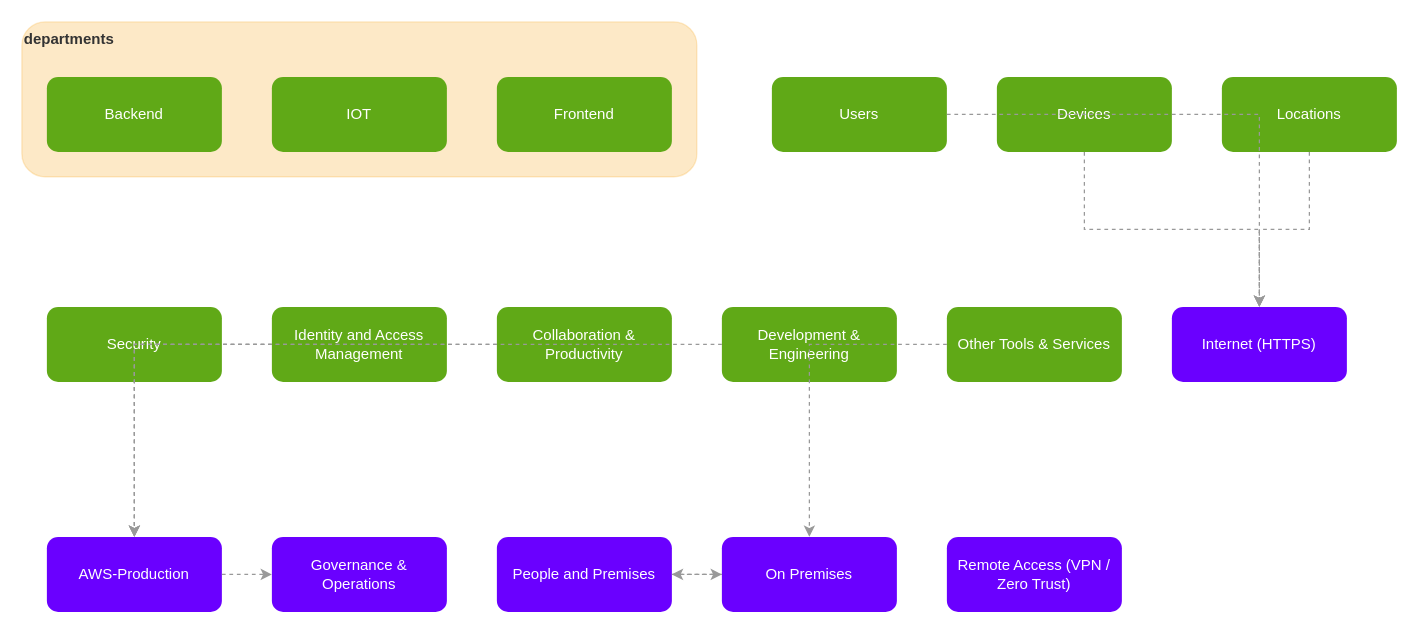
honerl/company-architecture keeps this draw.io diagram as page "NTV360" (1 of 14) of architecture.drawio. Above is the earlier version. Source tidied: cells renumbered, new cells numbered last; positions are measured from the earlier drawing's top-left corner, leaving out a move shared by most shapes. Both pictures are drawn from the tidied source at 125%, with x=0, y=0 at pixel (21, 21).
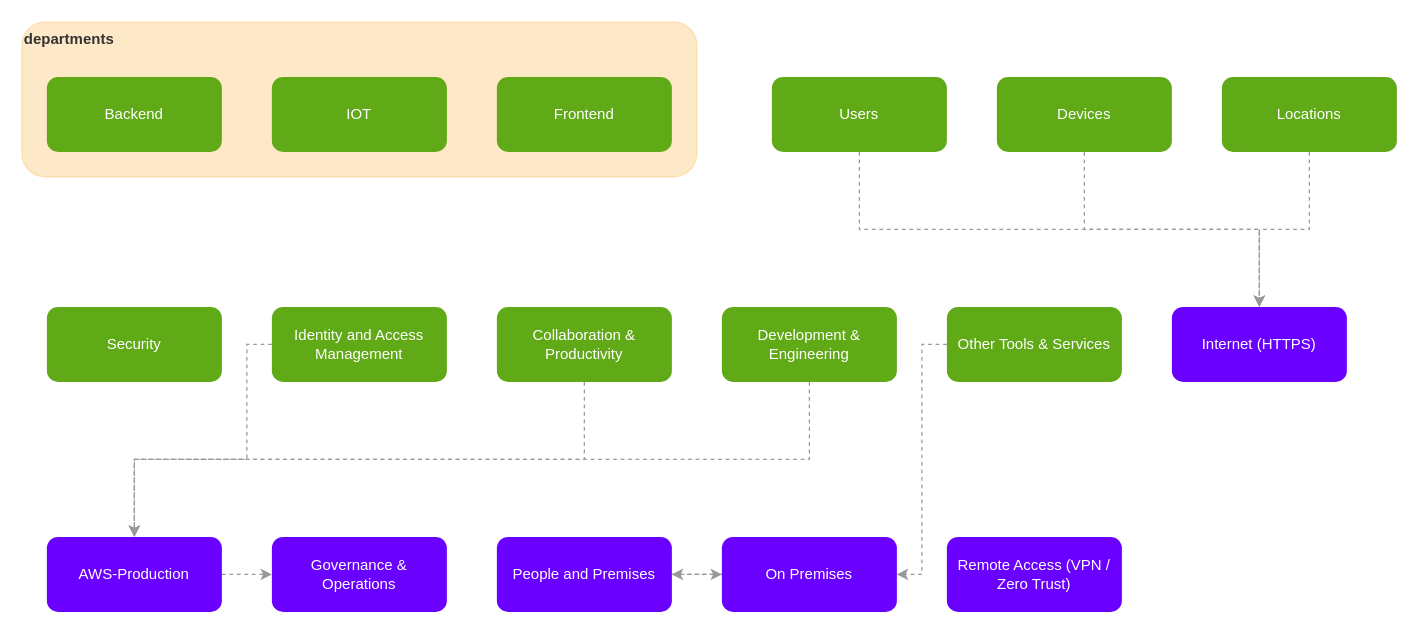
After the change.

The change refers to these unchanged cells:
```xml
<mxCell id="3" value="Users" style="rounded=1;whiteSpace=wrap;html=1;fillColor=#60a917;fontColor=#ffffff;strokeColor=none;" parent="1" vertex="1">
  <mxGeometry x="600" y="44" width="140" height="60" as="geometry" />
</mxCell>
<mxCell id="7" value="Identity and Access Management" style="rounded=1;whiteSpace=wrap;html=1;fillColor=#60a917;fontColor=#ffffff;strokeColor=none;" parent="1" vertex="1">
  <mxGeometry x="200" y="228" width="140" height="60" as="geometry" />
</mxCell>
<mxCell id="8" value="Collaboration &amp; Productivity" style="rounded=1;whiteSpace=wrap;html=1;fillColor=#60a917;fontColor=#ffffff;strokeColor=none;" parent="1" vertex="1">
  <mxGeometry x="380" y="228" width="140" height="60" as="geometry" />
</mxCell>
<mxCell id="9" value="Development &amp; Engineering" style="rounded=1;whiteSpace=wrap;html=1;fillColor=#60a917;fontColor=#ffffff;strokeColor=none;" parent="1" vertex="1">
  <mxGeometry x="560" y="228" width="140" height="60" as="geometry" />
</mxCell>
<mxCell id="10" value="Other Tools &amp; Services" style="rounded=1;whiteSpace=wrap;html=1;fillColor=#60a917;fontColor=#ffffff;strokeColor=none;" parent="1" vertex="1">
  <mxGeometry x="740" y="228" width="140" height="60" as="geometry" />
</mxCell>
<mxCell id="11" value="Internet (HTTPS)" style="rounded=1;whiteSpace=wrap;html=1;fillColor=#6a00ff;fontColor=#ffffff;strokeColor=none;" parent="1" vertex="1">
  <mxGeometry x="920" y="228" width="140" height="60" as="geometry" />
</mxCell>
<mxCell id="12" value="AWS-Production" style="rounded=1;whiteSpace=wrap;html=1;fillColor=#6a00ff;fontColor=#ffffff;strokeColor=none;" parent="1" vertex="1">
  <mxGeometry x="20" y="412" width="140" height="60" as="geometry" />
</mxCell>
<mxCell id="15" value="On Premises" style="rounded=1;whiteSpace=wrap;html=1;fillColor=#6a00ff;fontColor=#ffffff;strokeColor=none;" parent="1" vertex="1">
  <mxGeometry x="560" y="412" width="140" height="60" as="geometry" />
</mxCell>
```

The edit, as a diff of the source:
```diff
@@
-    <mxCell id="20" style="edgeStyle=orthogonalEdgeStyle;rounded=0;html=1;dashed=1;strokeColor=#999999;" parent="1" edge="1" source="3" target="11">
-      <mxGeometry relative="1" as="geometry" />
+    <mxCell id="20" style="edgeStyle=orthogonalEdgeStyle;rounded=0;html=1;dashed=1;strokeColor=#999999;libavoidRouting=1;" parent="1" edge="1" source="3" target="11">
+      <mxGeometry relative="1" as="geometry">
+        <Array as="points">
+          <mxPoint x="670" y="166" />
+          <mxPoint x="990" y="166" />
+        </Array>
+      </mxGeometry>
     </mxCell>
@@
     <mxCell id="23" style="edgeStyle=orthogonalEdgeStyle;rounded=0;html=1;dashed=1;strokeColor=#999999;" parent="1" edge="1" source="7" target="12">
-      <mxGeometry relative="1" as="geometry" />
+      <mxGeometry relative="1" as="geometry">
+        <Array as="points">
+          <mxPoint x="180" y="258" />
+          <mxPoint x="180" y="350" />
+          <mxPoint x="90" y="350" />
+        </Array>
+      </mxGeometry>
     </mxCell>
-    <mxCell id="24" style="edgeStyle=orthogonalEdgeStyle;rounded=0;html=1;dashed=1;strokeColor=#999999;" parent="1" edge="1" source="8" target="12">
-      <mxGeometry relative="1" as="geometry" />
+    <mxCell id="24" style="edgeStyle=orthogonalEdgeStyle;rounded=0;html=1;dashed=1;strokeColor=#999999;libavoidRouting=1;" parent="1" edge="1" source="8" target="12">
+      <mxGeometry relative="1" as="geometry">
+        <Array as="points">
+          <mxPoint x="450" y="350" />
+          <mxPoint x="90" y="350" />
+        </Array>
+      </mxGeometry>
     </mxCell>
-    <mxCell id="25" style="edgeStyle=orthogonalEdgeStyle;rounded=0;html=1;dashed=1;strokeColor=#999999;" parent="1" edge="1" source="9" target="12">
-      <mxGeometry relative="1" as="geometry" />
+    <mxCell id="25" style="edgeStyle=orthogonalEdgeStyle;rounded=0;html=1;dashed=1;strokeColor=#999999;libavoidRouting=1;" parent="1" edge="1" source="9" target="12">
+      <mxGeometry relative="1" as="geometry">
+        <Array as="points">
+          <mxPoint x="630" y="350" />
+          <mxPoint x="90" y="350" />
+        </Array>
+      </mxGeometry>
     </mxCell>
-    <mxCell id="26" style="edgeStyle=orthogonalEdgeStyle;rounded=0;html=1;dashed=1;strokeColor=#999999;" parent="1" edge="1" source="10" target="15">
-      <mxGeometry relative="1" as="geometry" />
+    <mxCell id="26" style="edgeStyle=orthogonalEdgeStyle;rounded=0;html=1;dashed=1;strokeColor=#999999;libavoidRouting=1;" parent="1" edge="1" source="10" target="15">
+      <mxGeometry relative="1" as="geometry">
+        <Array as="points">
+          <mxPoint x="720" y="258" />
+          <mxPoint x="720" y="442" />
+        </Array>
+      </mxGeometry>
     </mxCell>
```
